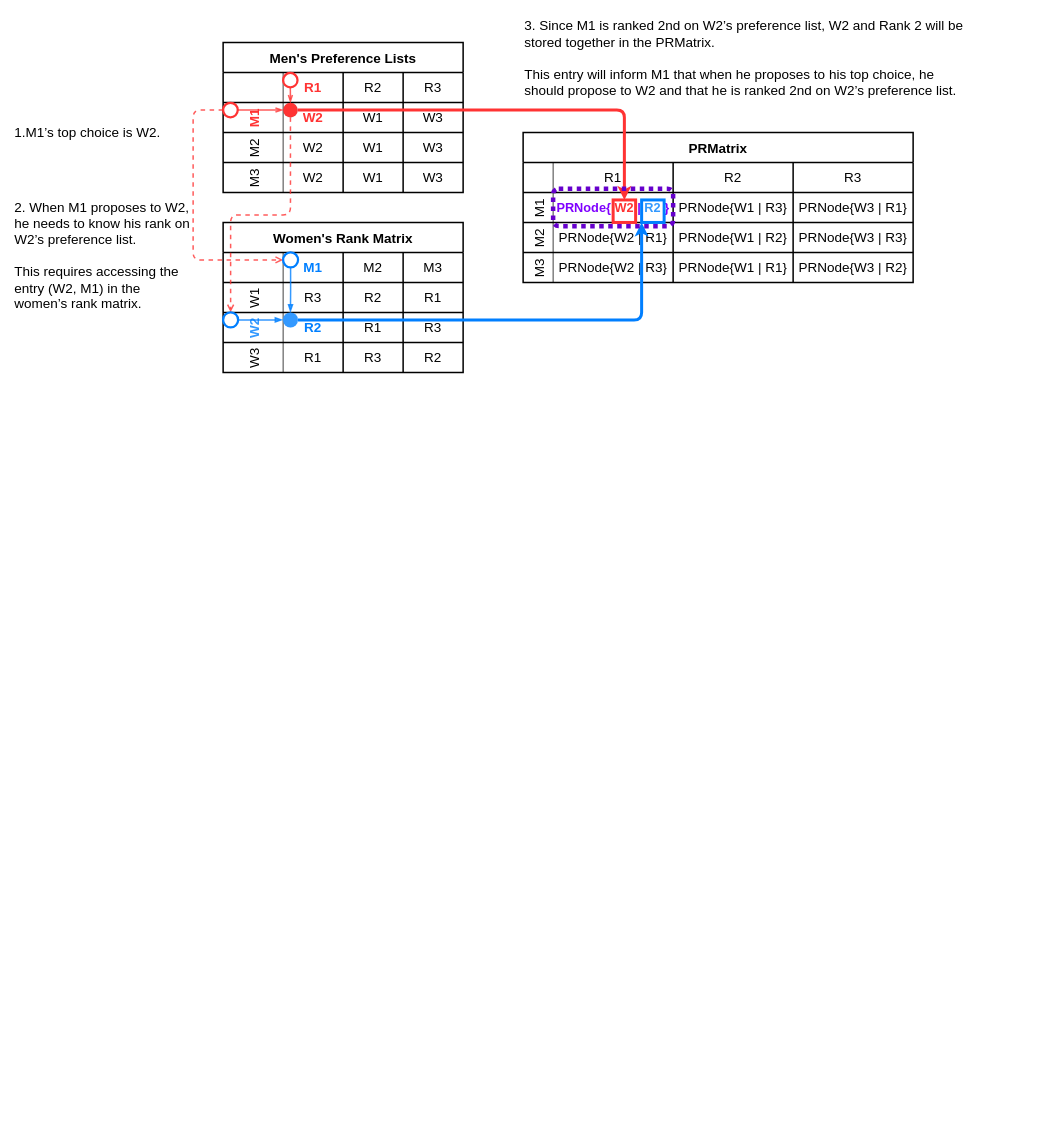
The draw.io diagram newPRMatrix.drawio in victorliu-sq/BambooSMP-Figures, before the edit. Source tidied: cells renumbered, new cells numbered last; positions are measured from the earlier drawing's top-left corner, leaving out a move shared by most shapes. Both pictures are drawn from the tidied source at 75%, with x=0, y=0 at pixel (13, 12).
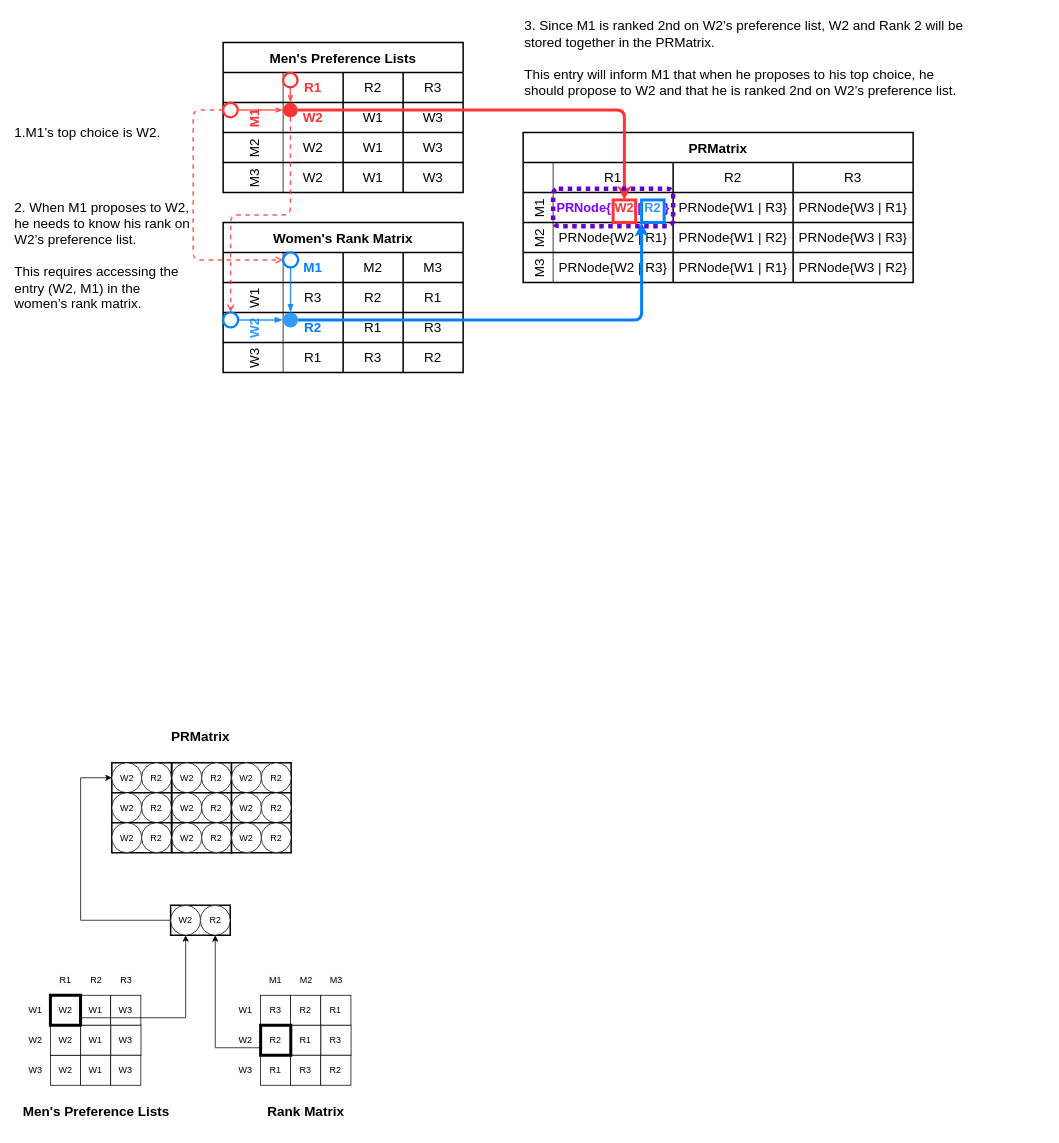
The same page after the edit.

Change to the diagram source:
```diff
@@
+    <mxCell id="74" value="R2" style="rounded=0;whiteSpace=wrap;html=1;" parent="1" vertex="1">
+      <mxGeometry x="370" y="1310.5" width="40.2" height="40" as="geometry" />
+    </mxCell>
+    <mxCell id="75" value="R1" style="rounded=0;whiteSpace=wrap;html=1;" parent="1" vertex="1">
+      <mxGeometry x="410.2" y="1310.5" width="40.2" height="40" as="geometry" />
+    </mxCell>
+    <mxCell id="76" value="R1" style="rounded=0;whiteSpace=wrap;html=1;" parent="1" vertex="1">
+      <mxGeometry x="370.2" y="1350.5" width="40.2" height="40" as="geometry" />
+    </mxCell>
+    <mxCell id="77" value="R3" style="rounded=0;whiteSpace=wrap;html=1;" parent="1" vertex="1">
+      <mxGeometry x="410.4" y="1350.5" width="40.2" height="40" as="geometry" />
+    </mxCell>
+    <mxCell id="78" value="R3" style="rounded=0;whiteSpace=wrap;html=1;" parent="1" vertex="1">
+      <mxGeometry x="370" y="1390.5" width="40.2" height="40" as="geometry" />
+    </mxCell>
+    <mxCell id="79" value="R2" style="rounded=0;whiteSpace=wrap;html=1;" parent="1" vertex="1">
+      <mxGeometry x="410.2" y="1390.5" width="40.2" height="40" as="geometry" />
+    </mxCell>
+    <mxCell id="80" value="R1" style="rounded=0;whiteSpace=wrap;html=1;strokeWidth=1;" parent="1" vertex="1">
+      <mxGeometry x="329.8" y="1390.5" width="40.2" height="40" as="geometry" />
+    </mxCell>
+    <mxCell id="81" value="R3" style="rounded=0;whiteSpace=wrap;html=1;strokeWidth=1;" parent="1" vertex="1">
+      <mxGeometry x="329.8" y="1310.5" width="40.2" height="40" as="geometry" />
+    </mxCell>
+    <mxCell id="82" value="&lt;span style=&quot;color: rgb(0, 0, 0); font-family: Helvetica; font-size: 18px; font-style: normal; font-variant-ligatures: normal; font-variant-caps: normal; font-weight: 700; letter-spacing: normal; orphans: 2; text-indent: 0px; text-transform: none; widows: 2; word-spacing: 0px; -webkit-text-stroke-width: 0px; white-space: nowrap; background-color: rgb(251, 251, 251); text-decoration-thickness: initial; text-decoration-style: initial; text-decoration-color: initial; float: none; display: inline !important;&quot;&gt;Rank Matrix&lt;/span&gt;" style="text;whiteSpace=wrap;html=1;align=center;strokeColor=none;verticalAlign=middle;strokeWidth=0;" parent="1" vertex="1">
+      <mxGeometry x="350.7" y="1440.5" width="79.2" height="50" as="geometry" />
+    </mxCell>
+    <mxCell id="83" value="&lt;span style=&quot;color: rgb(0, 0, 0); font-family: Helvetica; font-size: 12px; font-style: normal; font-variant-ligatures: normal; font-variant-caps: normal; font-weight: 400; letter-spacing: normal; orphans: 2; text-indent: 0px; text-transform: none; widows: 2; word-spacing: 0px; -webkit-text-stroke-width: 0px; white-space: normal; background-color: rgb(251, 251, 251); text-decoration-thickness: initial; text-decoration-style: initial; text-decoration-color: initial; float: none; display: inline !important;&quot;&gt;W1&lt;/span&gt;" style="text;whiteSpace=wrap;html=1;align=center;verticalAlign=middle;" parent="1" vertex="1">
+      <mxGeometry x="290" y="1310.5" width="40" height="40" as="geometry" />
+    </mxCell>
+    <mxCell id="84" style="edgeStyle=orthogonalEdgeStyle;rounded=0;jettySize=auto;html=1;exitX=0;exitY=0.75;exitDx=0;exitDy=0;entryX=0.5;entryY=1;entryDx=0;entryDy=0;" parent="1" edge="1" source="90" target="111">
+      <mxGeometry relative="1" as="geometry">
+        <Array as="points">
+          <mxPoint x="270" y="1380.5" />
+        </Array>
+      </mxGeometry>
+    </mxCell>
+    <mxCell id="85" value="&lt;span style=&quot;color: rgb(0, 0, 0); font-family: Helvetica; font-size: 12px; font-style: normal; font-variant-ligatures: normal; font-variant-caps: normal; font-weight: 400; letter-spacing: normal; orphans: 2; text-indent: 0px; text-transform: none; widows: 2; word-spacing: 0px; -webkit-text-stroke-width: 0px; white-space: normal; background-color: rgb(251, 251, 251); text-decoration-thickness: initial; text-decoration-style: initial; text-decoration-color: initial; float: none; display: inline !important;&quot;&gt;W2&lt;/span&gt;" style="text;whiteSpace=wrap;html=1;align=center;verticalAlign=middle;" parent="1" vertex="1">
+      <mxGeometry x="290" y="1350.5" width="40" height="40" as="geometry" />
+    </mxCell>
+    <mxCell id="86" value="&lt;span style=&quot;color: rgb(0, 0, 0); font-family: Helvetica; font-size: 12px; font-style: normal; font-variant-ligatures: normal; font-variant-caps: normal; font-weight: 400; letter-spacing: normal; orphans: 2; text-indent: 0px; text-transform: none; widows: 2; word-spacing: 0px; -webkit-text-stroke-width: 0px; white-space: normal; background-color: rgb(251, 251, 251); text-decoration-thickness: initial; text-decoration-style: initial; text-decoration-color: initial; float: none; display: inline !important;&quot;&gt;W3&lt;/span&gt;" style="text;whiteSpace=wrap;html=1;align=center;verticalAlign=middle;" parent="1" vertex="1">
+      <mxGeometry x="290" y="1390.5" width="40" height="40" as="geometry" />
+    </mxCell>
+    <mxCell id="87" value="&lt;span style=&quot;color: rgb(0, 0, 0); font-family: Helvetica; font-size: 12px; font-style: normal; font-variant-ligatures: normal; font-variant-caps: normal; font-weight: 400; letter-spacing: normal; orphans: 2; text-indent: 0px; text-transform: none; widows: 2; word-spacing: 0px; -webkit-text-stroke-width: 0px; white-space: normal; background-color: rgb(251, 251, 251); text-decoration-thickness: initial; text-decoration-style: initial; text-decoration-color: initial; float: none; display: inline !important;&quot;&gt;M1&lt;/span&gt;" style="text;whiteSpace=wrap;html=1;align=center;verticalAlign=middle;" parent="1" vertex="1">
+      <mxGeometry x="330.2" y="1270.5" width="40" height="40" as="geometry" />
+    </mxCell>
+    <mxCell id="88" value="M2" style="text;whiteSpace=wrap;html=1;align=center;verticalAlign=middle;" parent="1" vertex="1">
+      <mxGeometry x="370.8" y="1270.5" width="40" height="40" as="geometry" />
+    </mxCell>
+    <mxCell id="89" value="&lt;span style=&quot;color: rgb(0, 0, 0); font-family: Helvetica; font-size: 12px; font-style: normal; font-variant-ligatures: normal; font-variant-caps: normal; font-weight: 400; letter-spacing: normal; orphans: 2; text-indent: 0px; text-transform: none; widows: 2; word-spacing: 0px; -webkit-text-stroke-width: 0px; white-space: normal; background-color: rgb(251, 251, 251); text-decoration-thickness: initial; text-decoration-style: initial; text-decoration-color: initial; float: none; display: inline !important;&quot;&gt;M3&lt;/span&gt;" style="text;whiteSpace=wrap;html=1;align=center;verticalAlign=middle;" parent="1" vertex="1">
+      <mxGeometry x="410.6" y="1270.5" width="40" height="40" as="geometry" />
+    </mxCell>
+    <mxCell id="90" value="R2" style="rounded=0;whiteSpace=wrap;html=1;strokeWidth=4;" parent="1" vertex="1">
+      <mxGeometry x="330" y="1350.5" width="40.2" height="40" as="geometry" />
+    </mxCell>
+    <mxCell id="91" value="W1" style="rounded=0;whiteSpace=wrap;html=1;" parent="1" vertex="1">
+      <mxGeometry x="89.9" y="1310.5" width="40.1" height="40" as="geometry" />
+    </mxCell>
+    <mxCell id="92" value="W3" style="rounded=0;whiteSpace=wrap;html=1;" parent="1" vertex="1">
+      <mxGeometry x="130.1" y="1310.5" width="40.2" height="40" as="geometry" />
+    </mxCell>
+    <mxCell id="93" value="W1" style="rounded=0;whiteSpace=wrap;html=1;" parent="1" vertex="1">
+      <mxGeometry x="90.1" y="1350.5" width="40.2" height="40" as="geometry" />
+    </mxCell>
+    <mxCell id="94" value="W3" style="rounded=0;whiteSpace=wrap;html=1;" parent="1" vertex="1">
+      <mxGeometry x="130.3" y="1350.5" width="40.2" height="40" as="geometry" />
+    </mxCell>
+    <mxCell id="95" value="W1" style="rounded=0;whiteSpace=wrap;html=1;" parent="1" vertex="1">
+      <mxGeometry x="89.9" y="1390.5" width="40.2" height="40" as="geometry" />
+    </mxCell>
+    <mxCell id="96" value="W3" style="rounded=0;whiteSpace=wrap;html=1;" parent="1" vertex="1">
+      <mxGeometry x="130.1" y="1390.5" width="40.2" height="40" as="geometry" />
+    </mxCell>
+    <mxCell id="97" value="W2" style="rounded=0;whiteSpace=wrap;html=1;strokeWidth=1;" parent="1" vertex="1">
+      <mxGeometry x="49.7" y="1390.5" width="40.2" height="40" as="geometry" />
+    </mxCell>
+    <mxCell id="98" value="&lt;span style=&quot;font-size: 18px; text-wrap: nowrap;&quot;&gt;&lt;b&gt;Men's Preference Lists&lt;/b&gt;&lt;/span&gt;" style="text;whiteSpace=wrap;html=1;align=center;strokeColor=none;verticalAlign=middle;strokeWidth=0;" parent="1" vertex="1">
+      <mxGeometry x="10.6" y="1440.5" width="200.1" height="50" as="geometry" />
+    </mxCell>
+    <mxCell id="99" value="&lt;span style=&quot;color: rgb(0, 0, 0); font-family: Helvetica; font-size: 12px; font-style: normal; font-variant-ligatures: normal; font-variant-caps: normal; font-weight: 400; letter-spacing: normal; orphans: 2; text-indent: 0px; text-transform: none; widows: 2; word-spacing: 0px; -webkit-text-stroke-width: 0px; white-space: normal; background-color: rgb(251, 251, 251); text-decoration-thickness: initial; text-decoration-style: initial; text-decoration-color: initial; float: none; display: inline !important;&quot;&gt;W1&lt;/span&gt;" style="text;whiteSpace=wrap;html=1;align=center;verticalAlign=middle;" parent="1" vertex="1">
+      <mxGeometry x="9.9" y="1310.5" width="40" height="40" as="geometry" />
+    </mxCell>
+    <mxCell id="100" value="&lt;span style=&quot;color: rgb(0, 0, 0); font-family: Helvetica; font-size: 12px; font-style: normal; font-variant-ligatures: normal; font-variant-caps: normal; font-weight: 400; letter-spacing: normal; orphans: 2; text-indent: 0px; text-transform: none; widows: 2; word-spacing: 0px; -webkit-text-stroke-width: 0px; white-space: normal; background-color: rgb(251, 251, 251); text-decoration-thickness: initial; text-decoration-style: initial; text-decoration-color: initial; float: none; display: inline !important;&quot;&gt;W2&lt;/span&gt;" style="text;whiteSpace=wrap;html=1;align=center;verticalAlign=middle;" parent="1" vertex="1">
+      <mxGeometry x="9.9" y="1350.5" width="40" height="40" as="geometry" />
+    </mxCell>
+    <mxCell id="101" value="&lt;span style=&quot;color: rgb(0, 0, 0); font-family: Helvetica; font-size: 12px; font-style: normal; font-variant-ligatures: normal; font-variant-caps: normal; font-weight: 400; letter-spacing: normal; orphans: 2; text-indent: 0px; text-transform: none; widows: 2; word-spacing: 0px; -webkit-text-stroke-width: 0px; white-space: normal; background-color: rgb(251, 251, 251); text-decoration-thickness: initial; text-decoration-style: initial; text-decoration-color: initial; float: none; display: inline !important;&quot;&gt;W3&lt;/span&gt;" style="text;whiteSpace=wrap;html=1;align=center;verticalAlign=middle;" parent="1" vertex="1">
+      <mxGeometry x="9.9" y="1390.5" width="40" height="40" as="geometry" />
+    </mxCell>
+    <mxCell id="102" value="&lt;span style=&quot;color: rgb(0, 0, 0); font-family: Helvetica; font-size: 12px; font-style: normal; font-variant-ligatures: normal; font-variant-caps: normal; font-weight: 400; letter-spacing: normal; orphans: 2; text-indent: 0px; text-transform: none; widows: 2; word-spacing: 0px; -webkit-text-stroke-width: 0px; white-space: normal; background-color: rgb(251, 251, 251); text-decoration-thickness: initial; text-decoration-style: initial; text-decoration-color: initial; float: none; display: inline !important;&quot;&gt;R1&lt;/span&gt;" style="text;whiteSpace=wrap;html=1;align=center;verticalAlign=middle;" parent="1" vertex="1">
+      <mxGeometry x="50.1" y="1270.5" width="40" height="40" as="geometry" />
+    </mxCell>
+    <mxCell id="103" value="R2" style="text;whiteSpace=wrap;html=1;align=center;verticalAlign=middle;" parent="1" vertex="1">
+      <mxGeometry x="90.7" y="1270.5" width="40" height="40" as="geometry" />
+    </mxCell>
+    <mxCell id="104" value="&lt;span style=&quot;color: rgb(0, 0, 0); font-family: Helvetica; font-size: 12px; font-style: normal; font-variant-ligatures: normal; font-variant-caps: normal; font-weight: 400; letter-spacing: normal; orphans: 2; text-indent: 0px; text-transform: none; widows: 2; word-spacing: 0px; -webkit-text-stroke-width: 0px; white-space: normal; background-color: rgb(251, 251, 251); text-decoration-thickness: initial; text-decoration-style: initial; text-decoration-color: initial; float: none; display: inline !important;&quot;&gt;R3&lt;/span&gt;" style="text;whiteSpace=wrap;html=1;align=center;verticalAlign=middle;" parent="1" vertex="1">
+      <mxGeometry x="130.5" y="1270.5" width="40" height="40" as="geometry" />
+    </mxCell>
+    <mxCell id="105" value="W2" style="rounded=0;whiteSpace=wrap;html=1;strokeWidth=1;" parent="1" vertex="1">
+      <mxGeometry x="49.9" y="1350.5" width="40.1" height="40" as="geometry" />
+    </mxCell>
+    <mxCell id="106" style="rounded=0;whiteSpace=wrap;html=1;strokeWidth=2;" parent="1" vertex="1">
+      <mxGeometry x="210" y="1190.5" width="79.5" height="40" as="geometry" />
+    </mxCell>
+    <mxCell id="107" style="edgeStyle=orthogonalEdgeStyle;rounded=0;jettySize=auto;html=1;exitX=1;exitY=0.25;exitDx=0;exitDy=0;entryX=0.5;entryY=1;entryDx=0;entryDy=0;" parent="1" edge="1" source="108" target="110">
+      <mxGeometry relative="1" as="geometry">
+        <Array as="points">
+          <mxPoint x="90" y="1340.5" />
+          <mxPoint x="230" y="1340.5" />
+        </Array>
+      </mxGeometry>
+    </mxCell>
+    <mxCell id="108" value="W2" style="rounded=0;whiteSpace=wrap;html=1;strokeWidth=4;" parent="1" vertex="1">
+      <mxGeometry x="49.7" y="1310.5" width="40.2" height="40" as="geometry" />
+    </mxCell>
+    <mxCell id="109" style="edgeStyle=orthogonalEdgeStyle;rounded=0;jettySize=auto;html=1;exitX=0;exitY=0.5;exitDx=0;exitDy=0;entryX=0;entryY=0.5;entryDx=0;entryDy=0;" parent="1" edge="1" source="110" target="112">
+      <mxGeometry relative="1" as="geometry">
+        <Array as="points">
+          <mxPoint x="90" y="1210.5" />
+          <mxPoint x="90" y="1020.5" />
+        </Array>
+      </mxGeometry>
+    </mxCell>
+    <mxCell id="110" value="W2" style="ellipse;whiteSpace=wrap;html=1;" parent="1" vertex="1">
+      <mxGeometry x="210" y="1190.5" width="40" height="40" as="geometry" />
+    </mxCell>
+    <mxCell id="111" value="R2" style="ellipse;whiteSpace=wrap;html=1;" parent="1" vertex="1">
+      <mxGeometry x="249.5" y="1190.5" width="40" height="40" as="geometry" />
+    </mxCell>
+    <mxCell id="112" style="rounded=0;whiteSpace=wrap;html=1;strokeWidth=2;" parent="1" vertex="1">
+      <mxGeometry x="131.6" y="1000.5" width="79.5" height="40" as="geometry" />
+    </mxCell>
+    <mxCell id="113" value="W2" style="ellipse;whiteSpace=wrap;html=1;" parent="1" vertex="1">
+      <mxGeometry x="131.6" y="1000.5" width="40" height="40" as="geometry" />
+    </mxCell>
+    <mxCell id="114" value="R2" style="ellipse;whiteSpace=wrap;html=1;" parent="1" vertex="1">
+      <mxGeometry x="171.2" y="1000.5" width="40" height="40" as="geometry" />
+    </mxCell>
+    <mxCell id="115" style="rounded=0;whiteSpace=wrap;html=1;strokeWidth=2;" parent="1" vertex="1">
+      <mxGeometry x="211.7" y="1000.5" width="79.5" height="40" as="geometry" />
+    </mxCell>
+    <mxCell id="116" value="W2" style="ellipse;whiteSpace=wrap;html=1;" parent="1" vertex="1">
+      <mxGeometry x="211.7" y="1000.5" width="40" height="40" as="geometry" />
+    </mxCell>
+    <mxCell id="117" value="R2" style="ellipse;whiteSpace=wrap;html=1;" parent="1" vertex="1">
+      <mxGeometry x="251.2" y="1000.5" width="40" height="40" as="geometry" />
+    </mxCell>
+    <mxCell id="118" style="rounded=0;whiteSpace=wrap;html=1;strokeWidth=2;" parent="1" vertex="1">
+      <mxGeometry x="291.2" y="1000.5" width="79.5" height="40" as="geometry" />
+    </mxCell>
+    <mxCell id="119" value="W2" style="ellipse;whiteSpace=wrap;html=1;" parent="1" vertex="1">
+      <mxGeometry x="291.2" y="1000.5" width="40" height="40" as="geometry" />
+    </mxCell>
+    <mxCell id="120" value="R2" style="ellipse;whiteSpace=wrap;html=1;" parent="1" vertex="1">
+      <mxGeometry x="330.8" y="1000.5" width="40" height="40" as="geometry" />
+    </mxCell>
+    <mxCell id="121" style="rounded=0;whiteSpace=wrap;html=1;strokeWidth=2;" parent="1" vertex="1">
+      <mxGeometry x="131.6" y="1040.5" width="79.5" height="40" as="geometry" />
+    </mxCell>
+    <mxCell id="122" value="W2" style="ellipse;whiteSpace=wrap;html=1;" parent="1" vertex="1">
+      <mxGeometry x="131.6" y="1040.5" width="40" height="40" as="geometry" />
+    </mxCell>
+    <mxCell id="123" value="R2" style="ellipse;whiteSpace=wrap;html=1;" parent="1" vertex="1">
+      <mxGeometry x="171.2" y="1040.5" width="40" height="40" as="geometry" />
+    </mxCell>
+    <mxCell id="124" style="rounded=0;whiteSpace=wrap;html=1;strokeWidth=2;" parent="1" vertex="1">
+      <mxGeometry x="211.7" y="1040.5" width="79.5" height="40" as="geometry" />
+    </mxCell>
+    <mxCell id="125" value="W2" style="ellipse;whiteSpace=wrap;html=1;" parent="1" vertex="1">
+      <mxGeometry x="211.7" y="1040.5" width="40" height="40" as="geometry" />
+    </mxCell>
+    <mxCell id="126" value="R2" style="ellipse;whiteSpace=wrap;html=1;" parent="1" vertex="1">
+      <mxGeometry x="251.2" y="1040.5" width="40" height="40" as="geometry" />
+    </mxCell>
+    <mxCell id="127" style="rounded=0;whiteSpace=wrap;html=1;strokeWidth=2;" parent="1" vertex="1">
+      <mxGeometry x="291.2" y="1040.5" width="79.5" height="40" as="geometry" />
+    </mxCell>
+    <mxCell id="128" value="W2" style="ellipse;whiteSpace=wrap;html=1;" parent="1" vertex="1">
+      <mxGeometry x="291.2" y="1040.5" width="40" height="40" as="geometry" />
+    </mxCell>
+    <mxCell id="129" value="R2" style="ellipse;whiteSpace=wrap;html=1;" parent="1" vertex="1">
+      <mxGeometry x="330.8" y="1040.5" width="40" height="40" as="geometry" />
+    </mxCell>
+    <mxCell id="130" style="rounded=0;whiteSpace=wrap;html=1;strokeWidth=2;" parent="1" vertex="1">
+      <mxGeometry x="131.6" y="1080.5" width="79.5" height="40" as="geometry" />
+    </mxCell>
+    <mxCell id="131" value="W2" style="ellipse;whiteSpace=wrap;html=1;" parent="1" vertex="1">
+      <mxGeometry x="131.6" y="1080.5" width="40" height="40" as="geometry" />
+    </mxCell>
+    <mxCell id="132" value="R2" style="ellipse;whiteSpace=wrap;html=1;" parent="1" vertex="1">
+      <mxGeometry x="171.2" y="1080.5" width="40" height="40" as="geometry" />
+    </mxCell>
+    <mxCell id="133" style="rounded=0;whiteSpace=wrap;html=1;strokeWidth=2;" parent="1" vertex="1">
+      <mxGeometry x="211.7" y="1080.5" width="79.5" height="40" as="geometry" />
+    </mxCell>
+    <mxCell id="134" value="W2" style="ellipse;whiteSpace=wrap;html=1;" parent="1" vertex="1">
+      <mxGeometry x="211.7" y="1080.5" width="40" height="40" as="geometry" />
+    </mxCell>
+    <mxCell id="135" value="R2" style="ellipse;whiteSpace=wrap;html=1;" parent="1" vertex="1">
+      <mxGeometry x="251.2" y="1080.5" width="40" height="40" as="geometry" />
+    </mxCell>
+    <mxCell id="136" style="rounded=0;whiteSpace=wrap;html=1;strokeWidth=2;" parent="1" vertex="1">
+      <mxGeometry x="291.2" y="1080.5" width="79.5" height="40" as="geometry" />
+    </mxCell>
+    <mxCell id="137" value="W2" style="ellipse;whiteSpace=wrap;html=1;" parent="1" vertex="1">
+      <mxGeometry x="291.2" y="1080.5" width="40" height="40" as="geometry" />
+    </mxCell>
+    <mxCell id="138" value="R2" style="ellipse;whiteSpace=wrap;html=1;" parent="1" vertex="1">
+      <mxGeometry x="330.8" y="1080.5" width="40" height="40" as="geometry" />
+    </mxCell>
+    <mxCell id="139" value="&lt;span style=&quot;font-size: 18px; text-wrap: nowrap;&quot;&gt;&lt;b&gt;PRMatrix&lt;/b&gt;&lt;/span&gt;" style="text;whiteSpace=wrap;html=1;align=center;strokeColor=none;verticalAlign=middle;strokeWidth=0;" parent="1" vertex="1">
+      <mxGeometry x="209.5" y="940.5" width="80" height="50" as="geometry" />
+    </mxCell>
```
